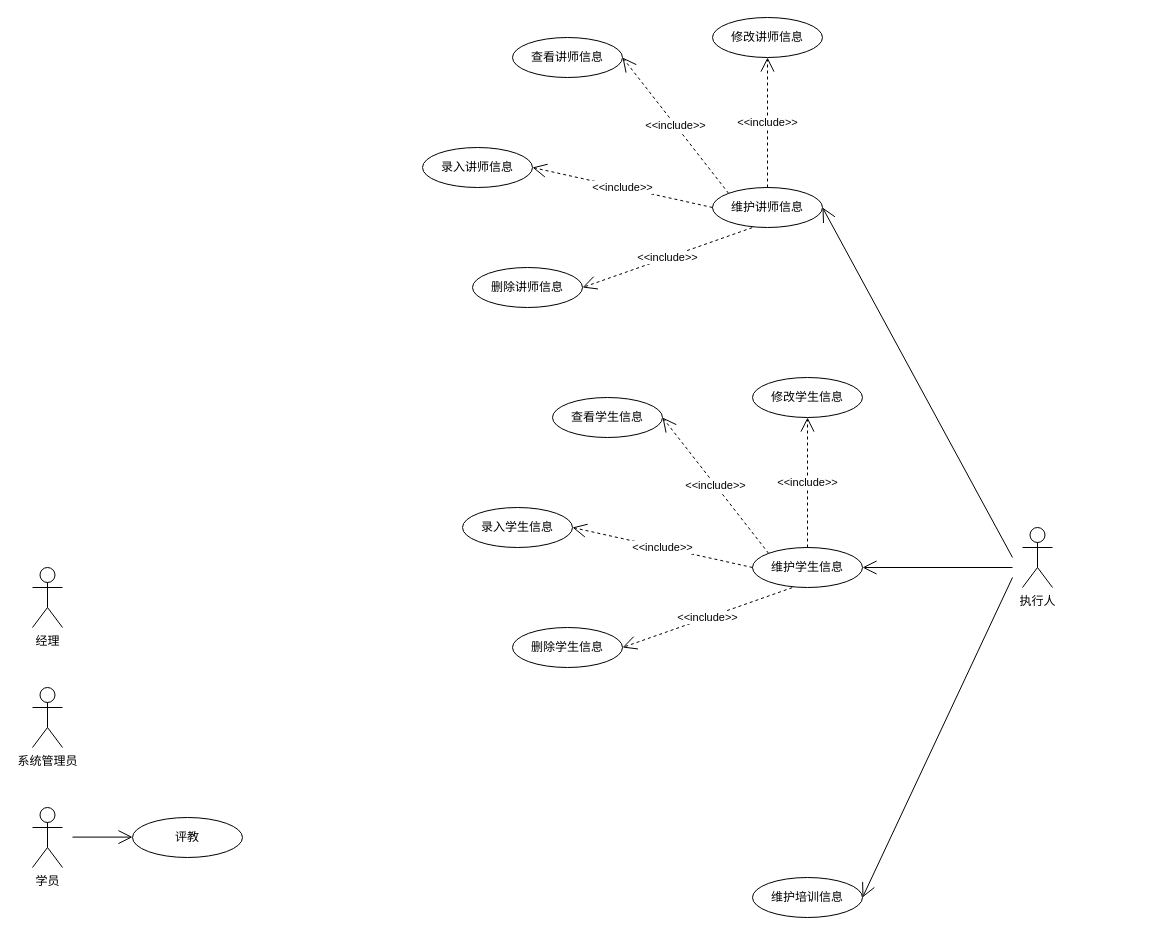
Above: 增量1UML.drawio in LYF7314/Training-Information-Management-System (draw.io), before the change. Source tidied: cells renumbered, new cells numbered last; positions are measured from the earlier drawing's top-left corner, leaving out a move shared by most shapes. Both pictures are drawn from the tidied source at 100%, with x=0, y=0 at pixel (32, 17).
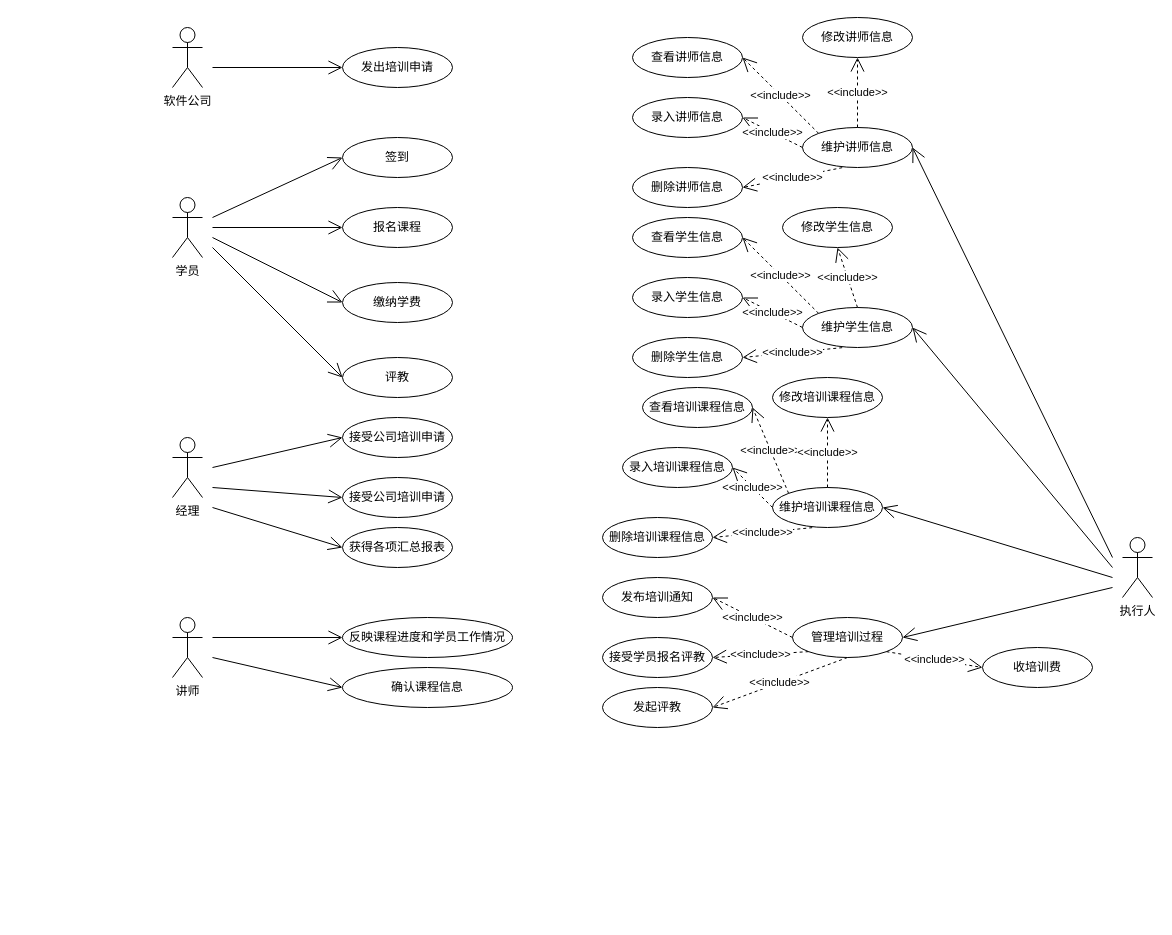
The same page after the edit.

Diff of the diagram source:
```diff
@@
-    <mxCell id="2" value="经理" style="shape=umlActor;verticalLabelPosition=bottom;verticalAlign=top;html=1;" parent="1" vertex="1">
-      <mxGeometry y="550" width="30" height="60" as="geometry" />
+    <mxCell id="2" value="软件公司" style="shape=umlActor;verticalLabelPosition=bottom;verticalAlign=top;html=1;" parent="1" vertex="1">
+      <mxGeometry x="140" y="10" width="30" height="60" as="geometry" />
     </mxCell>
     <mxCell id="3" value="执行人" style="shape=umlActor;verticalLabelPosition=bottom;verticalAlign=top;html=1;" parent="1" vertex="1">
-      <mxGeometry x="990" y="510" width="30" height="60" as="geometry" />
+      <mxGeometry x="1090" y="520" width="30" height="60" as="geometry" />
     </mxCell>
     <mxCell id="4" value="学员" style="shape=umlActor;verticalLabelPosition=bottom;verticalAlign=top;html=1;" parent="1" vertex="1">
-      <mxGeometry y="790" width="30" height="60" as="geometry" />
+      <mxGeometry x="140" y="180" width="30" height="60" as="geometry" />
     </mxCell>
-    <mxCell id="5" value="系统管理员" style="shape=umlActor;verticalLabelPosition=bottom;verticalAlign=top;html=1;" parent="1" vertex="1">
-      <mxGeometry y="670" width="30" height="60" as="geometry" />
-    </mxCell>
-    <mxCell id="6" value="评教" style="ellipse;whiteSpace=wrap;html=1;" parent="1" vertex="1">
-      <mxGeometry x="100" y="800" width="110" height="40" as="geometry" />
+    <mxCell id="6" value="缴纳学费" style="ellipse;whiteSpace=wrap;html=1;" parent="1" vertex="1">
+      <mxGeometry x="310" y="265" width="110" height="40" as="geometry" />
     </mxCell>
-    <mxCell id="7" style="endArrow=open;endFill=1;endSize=12;html=1;rounded=0;" parent="1" edge="1">
+    <mxCell id="7" style="endArrow=open;endFill=1;endSize=12;html=1;rounded=0;entryX=0;entryY=0.5;entryDx=0;entryDy=0;" parent="1" edge="1" target="39">
       <mxGeometry relative="1" as="geometry">
-        <mxPoint x="40" y="819.6" as="sourcePoint" />
-        <mxPoint x="100" y="819.6" as="targetPoint" />
+        <mxPoint x="180" y="230" as="sourcePoint" />
       </mxGeometry>
     </mxCell>
     <mxCell id="8" value="维护讲师信息" style="ellipse;whiteSpace=wrap;html=1;" parent="1" vertex="1">
-      <mxGeometry x="680" y="170" width="110" height="40" as="geometry" />
+      <mxGeometry x="770" y="110" width="110" height="40" as="geometry" />
     </mxCell>
     <mxCell id="9" style="endArrow=open;endFill=1;endSize=12;html=1;rounded=0;entryX=1;entryY=0.5;entryDx=0;entryDy=0;" parent="1" edge="1" target="8">
       <mxGeometry relative="1" as="geometry">
-        <mxPoint x="980" y="540" as="sourcePoint" />
+        <mxPoint x="1080" y="540" as="sourcePoint" />
       </mxGeometry>
     </mxCell>
     <mxCell id="10" style="endArrow=open;endFill=1;endSize=12;html=1;rounded=0;entryX=1;entryY=0.5;entryDx=0;entryDy=0;" parent="1" edge="1" target="21">
       <mxGeometry relative="1" as="geometry">
-        <mxPoint x="980" y="550" as="sourcePoint" />
+        <mxPoint x="1080" y="550" as="sourcePoint" />
       </mxGeometry>
     </mxCell>
-    <mxCell id="11" value="维护培训信息" style="ellipse;whiteSpace=wrap;html=1;" parent="1" vertex="1">
-      <mxGeometry x="720" y="860" width="110" height="40" as="geometry" />
-    </mxCell>
-    <mxCell id="12" style="endArrow=open;endFill=1;endSize=12;html=1;rounded=0;entryX=1;entryY=0.5;entryDx=0;entryDy=0;" parent="1" edge="1" target="11">
+    <mxCell id="12" style="endArrow=open;endFill=1;endSize=12;html=1;rounded=0;entryX=1;entryY=0.5;entryDx=0;entryDy=0;" parent="1" edge="1" target="30">
       <mxGeometry relative="1" as="geometry">
-        <mxPoint x="980" y="560" as="sourcePoint" />
+        <mxPoint x="1080" y="560" as="sourcePoint" />
       </mxGeometry>
     </mxCell>
@@
     <mxCell id="14" value="录入讲师信息" style="ellipse;whiteSpace=wrap;html=1;" parent="1" vertex="1">
-      <mxGeometry x="390" y="130" width="110" height="40" as="geometry" />
+      <mxGeometry x="600" y="80" width="110" height="40" as="geometry" />
     </mxCell>
@@
     <mxCell id="16" value="删除讲师信息" style="ellipse;whiteSpace=wrap;html=1;" parent="1" vertex="1">
-      <mxGeometry x="440" y="250" width="110" height="40" as="geometry" />
+      <mxGeometry x="600" y="150" width="110" height="40" as="geometry" />
     </mxCell>
@@
     <mxCell id="18" value="查看讲师信息" style="ellipse;whiteSpace=wrap;html=1;" parent="1" vertex="1">
-      <mxGeometry x="480" y="20" width="110" height="40" as="geometry" />
+      <mxGeometry x="600" y="20" width="110" height="40" as="geometry" />
     </mxCell>
@@
     <mxCell id="20" value="修改讲师信息" style="ellipse;whiteSpace=wrap;html=1;" parent="1" vertex="1">
-      <mxGeometry x="680" width="110" height="40" as="geometry" />
+      <mxGeometry x="770" width="110" height="40" as="geometry" />
     </mxCell>
     <mxCell id="21" value="维护学生信息" style="ellipse;whiteSpace=wrap;html=1;" parent="1" vertex="1">
-      <mxGeometry x="720" y="530" width="110" height="40" as="geometry" />
+      <mxGeometry x="770" y="290" width="110" height="40" as="geometry" />
     </mxCell>
@@
     <mxCell id="23" value="录入学生信息" style="ellipse;whiteSpace=wrap;html=1;" parent="1" vertex="1">
-      <mxGeometry x="430" y="490" width="110" height="40" as="geometry" />
+      <mxGeometry x="600" y="260" width="110" height="40" as="geometry" />
     </mxCell>
@@
     <mxCell id="25" value="删除学生信息" style="ellipse;whiteSpace=wrap;html=1;" parent="1" vertex="1">
-      <mxGeometry x="480" y="610" width="110" height="40" as="geometry" />
+      <mxGeometry x="600" y="320" width="110" height="40" as="geometry" />
     </mxCell>
@@
     <mxCell id="27" value="查看学生信息" style="ellipse;whiteSpace=wrap;html=1;" parent="1" vertex="1">
-      <mxGeometry x="520" y="380" width="110" height="40" as="geometry" />
+      <mxGeometry x="600" y="200" width="110" height="40" as="geometry" />
     </mxCell>
@@
     <mxCell id="29" value="修改学生信息" style="ellipse;whiteSpace=wrap;html=1;" parent="1" vertex="1">
-      <mxGeometry x="720" y="360" width="110" height="40" as="geometry" />
+      <mxGeometry x="750" y="190" width="110" height="40" as="geometry" />
     </mxCell>
+    <mxCell id="30" value="维护培训课程信息" style="ellipse;whiteSpace=wrap;html=1;" parent="1" vertex="1">
+      <mxGeometry x="740" y="470" width="110" height="40" as="geometry" />
+    </mxCell>
+    <mxCell id="31" value="&amp;lt;&amp;lt;include&amp;gt;&amp;gt;" style="endArrow=open;endSize=12;dashed=1;html=1;rounded=0;exitX=0;exitY=0.5;exitDx=0;exitDy=0;entryX=1;entryY=0.5;entryDx=0;entryDy=0;" parent="1" edge="1" source="30" target="32">
+      <mxGeometry relative="1" as="geometry" />
+    </mxCell>
+    <mxCell id="32" value="录入培训课程信息" style="ellipse;whiteSpace=wrap;html=1;" parent="1" vertex="1">
+      <mxGeometry x="590" y="430" width="110" height="40" as="geometry" />
+    </mxCell>
+    <mxCell id="33" value="&amp;lt;&amp;lt;include&amp;gt;&amp;gt;" style="endArrow=open;endSize=12;dashed=1;html=1;rounded=0;exitX=0.361;exitY=1.004;exitDx=0;exitDy=0;exitPerimeter=0;entryX=1;entryY=0.5;entryDx=0;entryDy=0;" parent="1" edge="1" source="30" target="34">
+      <mxGeometry relative="1" as="geometry" />
+    </mxCell>
+    <mxCell id="34" value="删除培训课程信息" style="ellipse;whiteSpace=wrap;html=1;" parent="1" vertex="1">
+      <mxGeometry x="570" y="500" width="110" height="40" as="geometry" />
+    </mxCell>
+    <mxCell id="35" value="&amp;lt;&amp;lt;include&amp;gt;&amp;gt;" style="endArrow=open;endSize=12;dashed=1;html=1;rounded=0;entryX=1;entryY=0.5;entryDx=0;entryDy=0;exitX=0;exitY=0;exitDx=0;exitDy=0;" parent="1" edge="1" source="30" target="36">
+      <mxGeometry relative="1" as="geometry" />
+    </mxCell>
+    <mxCell id="36" value="查看培训课程信息" style="ellipse;whiteSpace=wrap;html=1;" parent="1" vertex="1">
+      <mxGeometry x="610" y="370" width="110" height="40" as="geometry" />
+    </mxCell>
+    <mxCell id="37" value="&amp;lt;&amp;lt;include&amp;gt;&amp;gt;" style="endArrow=open;endSize=12;dashed=1;html=1;rounded=0;exitX=0.5;exitY=0;exitDx=0;exitDy=0;entryX=0.5;entryY=1;entryDx=0;entryDy=0;" parent="1" edge="1" source="30" target="38">
+      <mxGeometry relative="1" as="geometry" />
+    </mxCell>
+    <mxCell id="38" value="修改培训课程信息" style="ellipse;whiteSpace=wrap;html=1;" parent="1" vertex="1">
+      <mxGeometry x="740" y="360" width="110" height="40" as="geometry" />
+    </mxCell>
+    <mxCell id="39" value="评教" style="ellipse;whiteSpace=wrap;html=1;" parent="1" vertex="1">
+      <mxGeometry x="310" y="340" width="110" height="40" as="geometry" />
+    </mxCell>
+    <mxCell id="40" style="endArrow=open;endFill=1;endSize=12;html=1;rounded=0;entryX=0;entryY=0.5;entryDx=0;entryDy=0;" parent="1" edge="1" target="6">
+      <mxGeometry relative="1" as="geometry">
+        <mxPoint x="180" y="220" as="sourcePoint" />
+      </mxGeometry>
+    </mxCell>
+    <mxCell id="41" value="报名课程" style="ellipse;whiteSpace=wrap;html=1;" parent="1" vertex="1">
+      <mxGeometry x="310" y="190" width="110" height="40" as="geometry" />
+    </mxCell>
+    <mxCell id="42" style="endArrow=open;endFill=1;endSize=12;html=1;rounded=0;entryX=0;entryY=0.5;entryDx=0;entryDy=0;" parent="1" edge="1" target="41">
+      <mxGeometry relative="1" as="geometry">
+        <mxPoint x="180" y="210" as="sourcePoint" />
+      </mxGeometry>
+    </mxCell>
+    <mxCell id="43" value="发出培训申请" style="ellipse;whiteSpace=wrap;html=1;" parent="1" vertex="1">
+      <mxGeometry x="310" y="30" width="110" height="40" as="geometry" />
+    </mxCell>
+    <mxCell id="44" style="endArrow=open;endFill=1;endSize=12;html=1;rounded=0;entryX=0;entryY=0.5;entryDx=0;entryDy=0;" parent="1" edge="1" target="43">
+      <mxGeometry relative="1" as="geometry">
+        <mxPoint x="180" y="50" as="sourcePoint" />
+      </mxGeometry>
+    </mxCell>
+    <mxCell id="45" value="签到" style="ellipse;whiteSpace=wrap;html=1;" parent="1" vertex="1">
+      <mxGeometry x="310" y="120" width="110" height="40" as="geometry" />
+    </mxCell>
+    <mxCell id="46" style="endArrow=open;endFill=1;endSize=12;html=1;rounded=0;entryX=0;entryY=0.5;entryDx=0;entryDy=0;" parent="1" edge="1" target="45">
+      <mxGeometry relative="1" as="geometry">
+        <mxPoint x="180" y="200" as="sourcePoint" />
+      </mxGeometry>
+    </mxCell>
+    <mxCell id="47" value="管理培训过程" style="ellipse;whiteSpace=wrap;html=1;" parent="1" vertex="1">
+      <mxGeometry x="760" y="600" width="110" height="40" as="geometry" />
+    </mxCell>
+    <mxCell id="48" style="endArrow=open;endFill=1;endSize=12;html=1;rounded=0;entryX=1;entryY=0.5;entryDx=0;entryDy=0;" parent="1" edge="1" target="47">
+      <mxGeometry relative="1" as="geometry">
+        <mxPoint x="1080" y="570" as="sourcePoint" />
+      </mxGeometry>
+    </mxCell>
+    <mxCell id="49" value="发起评教" style="ellipse;whiteSpace=wrap;html=1;" parent="1" vertex="1">
+      <mxGeometry x="570" y="670" width="110" height="40" as="geometry" />
+    </mxCell>
+    <mxCell id="50" value="&amp;lt;&amp;lt;include&amp;gt;&amp;gt;" style="endArrow=open;endSize=12;dashed=1;html=1;rounded=0;exitX=0.5;exitY=1;exitDx=0;exitDy=0;entryX=1;entryY=0.5;entryDx=0;entryDy=0;" parent="1" edge="1" source="47" target="49">
+      <mxGeometry relative="1" as="geometry" />
+    </mxCell>
+    <mxCell id="51" value="发布培训通知" style="ellipse;whiteSpace=wrap;html=1;" parent="1" vertex="1">
+      <mxGeometry x="570" y="560" width="110" height="40" as="geometry" />
+    </mxCell>
+    <mxCell id="52" value="&amp;lt;&amp;lt;include&amp;gt;&amp;gt;" style="endArrow=open;endSize=12;dashed=1;html=1;rounded=0;exitX=0;exitY=0.5;exitDx=0;exitDy=0;entryX=1;entryY=0.5;entryDx=0;entryDy=0;" parent="1" edge="1" source="47" target="51">
+      <mxGeometry relative="1" as="geometry" />
+    </mxCell>
+    <mxCell id="53" value="接受学员报名评教" style="ellipse;whiteSpace=wrap;html=1;" parent="1" vertex="1">
+      <mxGeometry x="570" y="620" width="110" height="40" as="geometry" />
+    </mxCell>
+    <mxCell id="54" value="&amp;lt;&amp;lt;include&amp;gt;&amp;gt;" style="endArrow=open;endSize=12;dashed=1;html=1;rounded=0;exitX=0;exitY=1;exitDx=0;exitDy=0;entryX=1;entryY=0.5;entryDx=0;entryDy=0;" parent="1" edge="1" source="47" target="53">
+      <mxGeometry relative="1" as="geometry" />
+    </mxCell>
+    <mxCell id="55" value="收培训费" style="ellipse;whiteSpace=wrap;html=1;" parent="1" vertex="1">
+      <mxGeometry x="950" y="630" width="110" height="40" as="geometry" />
+    </mxCell>
+    <mxCell id="56" value="&amp;lt;&amp;lt;include&amp;gt;&amp;gt;" style="endArrow=open;endSize=12;dashed=1;html=1;rounded=0;exitX=1;exitY=1;exitDx=0;exitDy=0;entryX=0;entryY=0.5;entryDx=0;entryDy=0;" parent="1" edge="1" source="47" target="55">
+      <mxGeometry relative="1" as="geometry" />
+    </mxCell>
+    <mxCell id="57" value="经理" style="shape=umlActor;verticalLabelPosition=bottom;verticalAlign=top;html=1;" parent="1" vertex="1">
+      <mxGeometry x="140" y="420" width="30" height="60" as="geometry" />
+    </mxCell>
+    <mxCell id="58" style="endArrow=open;endFill=1;endSize=12;html=1;rounded=0;entryX=0;entryY=0.5;entryDx=0;entryDy=0;" parent="1" edge="1" target="59">
+      <mxGeometry relative="1" as="geometry">
+        <mxPoint x="180" y="450" as="sourcePoint" />
+      </mxGeometry>
+    </mxCell>
+    <mxCell id="59" value="接受公司培训申请" style="ellipse;whiteSpace=wrap;html=1;" parent="1" vertex="1">
+      <mxGeometry x="310" y="400" width="110" height="40" as="geometry" />
+    </mxCell>
+    <mxCell id="60" style="endArrow=open;endFill=1;endSize=12;html=1;rounded=0;entryX=0;entryY=0.5;entryDx=0;entryDy=0;" parent="1" edge="1" target="61">
+      <mxGeometry relative="1" as="geometry">
+        <mxPoint x="180" y="470" as="sourcePoint" />
+      </mxGeometry>
+    </mxCell>
+    <mxCell id="61" value="接受公司培训申请" style="ellipse;whiteSpace=wrap;html=1;" parent="1" vertex="1">
+      <mxGeometry x="310" y="460" width="110" height="40" as="geometry" />
+    </mxCell>
+    <mxCell id="62" style="endArrow=open;endFill=1;endSize=12;html=1;rounded=0;entryX=0;entryY=0.5;entryDx=0;entryDy=0;" parent="1" edge="1" target="63">
+      <mxGeometry relative="1" as="geometry">
+        <mxPoint x="180" y="490" as="sourcePoint" />
+      </mxGeometry>
+    </mxCell>
+    <mxCell id="63" value="获得各项汇总报表" style="ellipse;whiteSpace=wrap;html=1;" parent="1" vertex="1">
+      <mxGeometry x="310" y="510" width="110" height="40" as="geometry" />
+    </mxCell>
+    <mxCell id="64" value="讲师" style="shape=umlActor;verticalLabelPosition=bottom;verticalAlign=top;html=1;" parent="1" vertex="1">
+      <mxGeometry x="140" y="600" width="30" height="60" as="geometry" />
+    </mxCell>
+    <mxCell id="65" style="endArrow=open;endFill=1;endSize=12;html=1;rounded=0;entryX=0;entryY=0.5;entryDx=0;entryDy=0;" parent="1" edge="1" target="66">
+      <mxGeometry relative="1" as="geometry">
+        <mxPoint x="180" y="620" as="sourcePoint" />
+      </mxGeometry>
+    </mxCell>
+    <mxCell id="66" value="反映课程进度和学员工作情况" style="ellipse;whiteSpace=wrap;html=1;" parent="1" vertex="1">
+      <mxGeometry x="310" y="600" width="170" height="40" as="geometry" />
+    </mxCell>
+    <mxCell id="67" style="endArrow=open;endFill=1;endSize=12;html=1;rounded=0;entryX=0;entryY=0.5;entryDx=0;entryDy=0;" parent="1" edge="1" target="68">
+      <mxGeometry relative="1" as="geometry">
+        <mxPoint x="180" y="640" as="sourcePoint" />
+      </mxGeometry>
+    </mxCell>
+    <mxCell id="68" value="确认课程信息" style="ellipse;whiteSpace=wrap;html=1;" parent="1" vertex="1">
+      <mxGeometry x="310" y="650" width="170" height="40" as="geometry" />
+    </mxCell>
```
